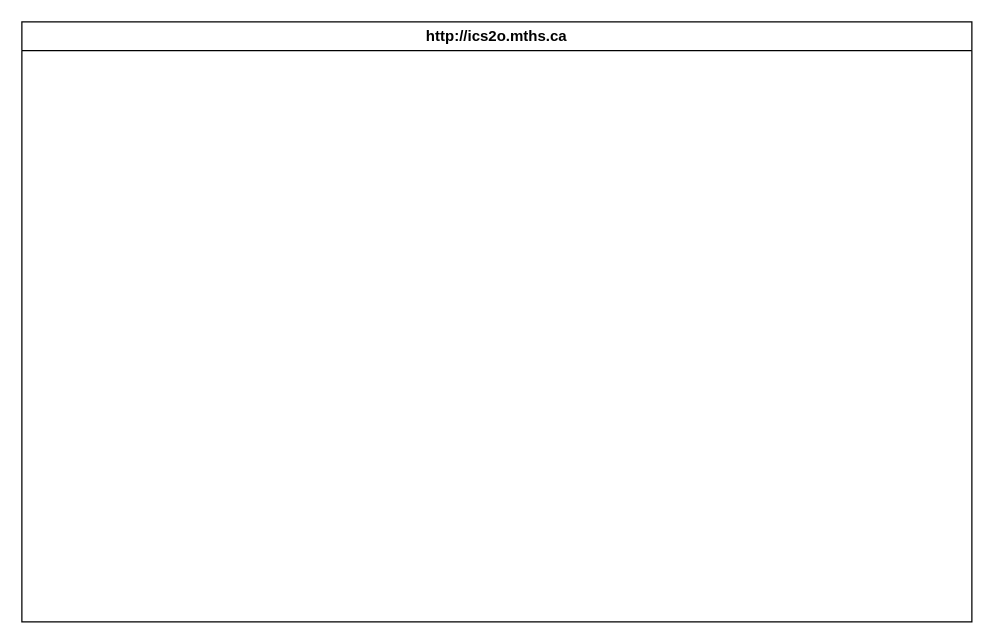
Above: design/storyboard.drawio in MTHS-ICD2O-1-2023/ICD2O-Unit-5-04-clara-tyman (draw.io), before the change. Source tidied: cells renumbered, new cells numbered last; positions are measured from the earlier drawing's top-left corner, leaving out a move shared by most shapes. Both pictures are drawn from the tidied source at 125%, with x=0, y=0 at pixel (21, 21).
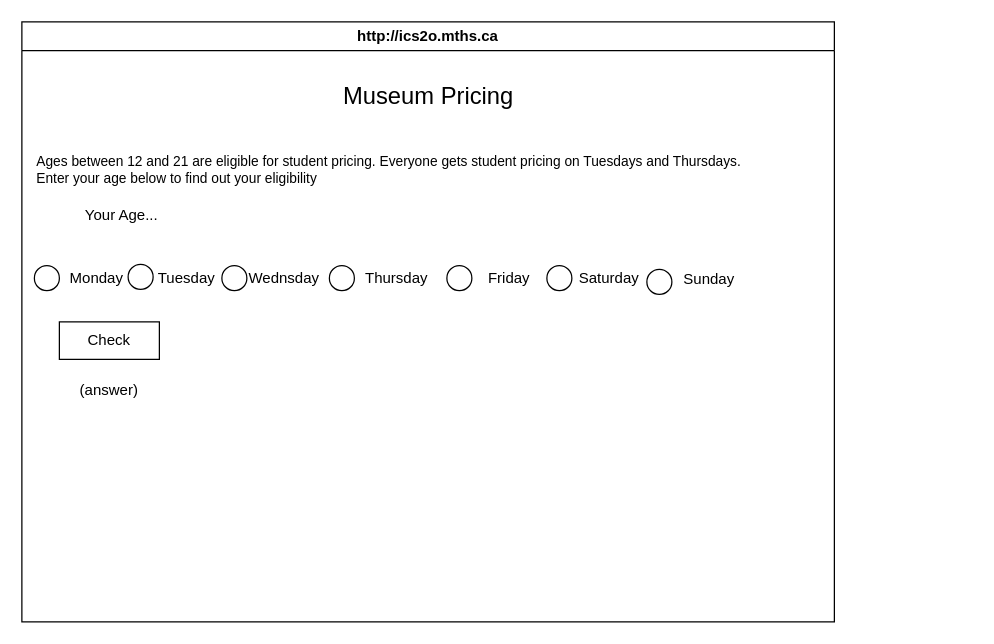
Above is the later version.

Commit message (it also covers changes not shown here):
flowchart and storyboard

The edit, as a diff of the source:
```diff
@@
     <mxCell id="2" value="http://ics2o.mths.ca" style="swimlane;whiteSpace=wrap;html=1;" parent="1" vertex="1">
-      <mxGeometry width="760" height="480" as="geometry" />
+      <mxGeometry width="650" height="480" as="geometry" />
     </mxCell>
+    <mxCell id="3" value="Monday" style="text;html=1;strokeColor=none;fillColor=none;align=center;verticalAlign=middle;whiteSpace=wrap;rounded=0;" parent="2" vertex="1">
+      <mxGeometry x="30" y="190" width="60" height="30" as="geometry" />
+    </mxCell>
+    <mxCell id="4" value="Thursday" style="text;html=1;strokeColor=none;fillColor=none;align=center;verticalAlign=middle;whiteSpace=wrap;rounded=0;" parent="2" vertex="1">
+      <mxGeometry x="270" y="190" width="60" height="30" as="geometry" />
+    </mxCell>
+    <mxCell id="5" value="Friday" style="text;html=1;strokeColor=none;fillColor=none;align=center;verticalAlign=middle;whiteSpace=wrap;rounded=0;" parent="2" vertex="1">
+      <mxGeometry x="360" y="190" width="60" height="30" as="geometry" />
+    </mxCell>
+    <mxCell id="6" value="Saturday" style="text;html=1;strokeColor=none;fillColor=none;align=center;verticalAlign=middle;whiteSpace=wrap;rounded=0;" parent="2" vertex="1">
+      <mxGeometry x="440" y="190" width="60" height="30" as="geometry" />
+    </mxCell>
+    <mxCell id="7" value="Wednsday" style="text;html=1;strokeColor=none;fillColor=none;align=center;verticalAlign=middle;whiteSpace=wrap;rounded=0;" parent="2" vertex="1">
+      <mxGeometry x="180" y="190" width="60" height="30" as="geometry" />
+    </mxCell>
+    <mxCell id="8" value="Sunday" style="text;html=1;strokeColor=none;fillColor=none;align=center;verticalAlign=middle;whiteSpace=wrap;rounded=0;" parent="2" vertex="1">
+      <mxGeometry x="520" y="191" width="60" height="30" as="geometry" />
+    </mxCell>
+    <mxCell id="9" value="Tuesday" style="text;html=1;strokeColor=none;fillColor=none;align=center;verticalAlign=middle;whiteSpace=wrap;rounded=0;" parent="2" vertex="1">
+      <mxGeometry x="102" y="190" width="60" height="30" as="geometry" />
+    </mxCell>
+    <mxCell id="10" value="Your Age..." style="text;html=1;strokeColor=none;fillColor=none;align=center;verticalAlign=middle;whiteSpace=wrap;rounded=0;" parent="2" vertex="1">
+      <mxGeometry x="25" y="140" width="110" height="30" as="geometry" />
+    </mxCell>
+    <mxCell id="11" value="Check" style="rounded=0;whiteSpace=wrap;html=1;" parent="2" vertex="1">
+      <mxGeometry x="30" y="240" width="80" height="30" as="geometry" />
+    </mxCell>
+    <mxCell id="12" value="(answer)" style="text;html=1;strokeColor=none;fillColor=none;align=center;verticalAlign=middle;whiteSpace=wrap;rounded=0;" parent="2" vertex="1">
+      <mxGeometry x="40" y="280" width="60" height="30" as="geometry" />
+    </mxCell>
+    <mxCell id="13" style="ellipse;whiteSpace=wrap;html=1;" parent="2" vertex="1">
+      <mxGeometry x="10" y="195" width="20" height="20" as="geometry" />
+    </mxCell>
+    <mxCell id="14" style="ellipse;whiteSpace=wrap;html=1;" parent="2" vertex="1">
+      <mxGeometry x="85" y="194" width="20" height="20" as="geometry" />
+    </mxCell>
+    <mxCell id="15" style="ellipse;whiteSpace=wrap;html=1;" parent="2" vertex="1">
+      <mxGeometry x="160" y="195" width="20" height="20" as="geometry" />
+    </mxCell>
+    <mxCell id="16" style="ellipse;whiteSpace=wrap;html=1;" parent="2" vertex="1">
+      <mxGeometry x="246" y="195" width="20" height="20" as="geometry" />
+    </mxCell>
+    <mxCell id="17" style="ellipse;whiteSpace=wrap;html=1;" parent="2" vertex="1">
+      <mxGeometry x="340" y="195" width="20" height="20" as="geometry" />
+    </mxCell>
+    <mxCell id="18" style="ellipse;whiteSpace=wrap;html=1;" parent="2" vertex="1">
+      <mxGeometry x="420" y="195" width="20" height="20" as="geometry" />
+    </mxCell>
+    <mxCell id="19" style="ellipse;whiteSpace=wrap;html=1;" parent="2" vertex="1">
+      <mxGeometry x="500" y="198" width="20" height="20" as="geometry" />
+    </mxCell>
+    <mxCell id="20" value="&lt;div style=&quot;font-size: 11px;&quot;&gt;Ages between 12 and 21 are eligible for student pricing.&amp;nbsp;&lt;span style=&quot;background-color: initial; font-size: 11px;&quot;&gt;Everyone gets student pricing on Tuesdays and Thursdays.&amp;nbsp;&lt;/span&gt;&lt;/div&gt;&lt;div style=&quot;font-size: 11px;&quot;&gt;Enter your age below to find out your eligibility&lt;/div&gt;&lt;div style=&quot;font-size: 11px;&quot;&gt;&lt;br style=&quot;font-size: 11px;&quot;&gt;&lt;/div&gt;" style="text;html=1;align=left;verticalAlign=middle;strokeColor=none;fillColor=none;fontSize=11;" parent="2" vertex="1">
+      <mxGeometry x="10" y="100" width="590" height="50" as="geometry" />
+    </mxCell>
+    <mxCell id="21" value="&lt;font style=&quot;font-size: 19px;&quot;&gt;Museum Pricing&lt;/font&gt;" style="text;html=1;align=center;verticalAlign=middle;strokeColor=none;fillColor=none;fontSize=11;" parent="2" vertex="1">
+      <mxGeometry x="245" y="40" width="160" height="40" as="geometry" />
+    </mxCell>
```
